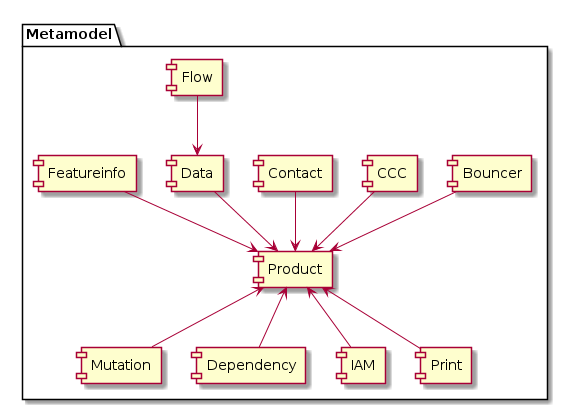
This is code/doc/puml/rendered/overview.png from sogis/simi, a PlantUML export, as it was before one commit. Source of this version:
```plantuml
@startuml
package Metamodel {
  [Product] as prod

  [Mutation] as mut

  [Bouncer] as bouncer
  [CCC] as ccc
  [Contact] as con
  [Data] as data

  [Dependency] as dep
  [Flow] as flow
  [IAM] as iam
  [Print] as print

  [Featureinfo] as fi
}

bouncer --> prod
ccc --> prod
con --> prod
data --> prod
fi --> prod

flow --> data

dep -up-> prod
iam -up-> prod
print -up-> prod
mut -up-> prod
@enduml
```
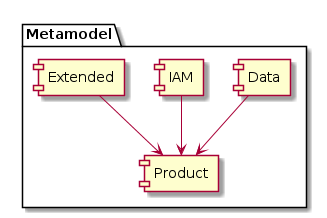
Above is the later version.

What changed in the source:
```diff
@@ -1,32 +1,13 @@
 @startuml
 package Metamodel {
   [Product] as prod
-
-  [Mutation] as mut
-
-  [Bouncer] as bouncer
-  [CCC] as ccc
-  [Contact] as con
   [Data] as data
-
-  [Dependency] as dep
-  [Flow] as flow
   [IAM] as iam
-  [Print] as print
-
-  [Featureinfo] as fi
+  [Extended] as ext
 }
 
-bouncer --> prod
-ccc --> prod
-con --> prod
+
 data --> prod
-fi --> prod
-
-flow --> data
-
-dep -up-> prod
-iam -up-> prod
-print -up-> prod
-mut -up-> prod
+iam --> prod
+ext --> prod
 @enduml
```
